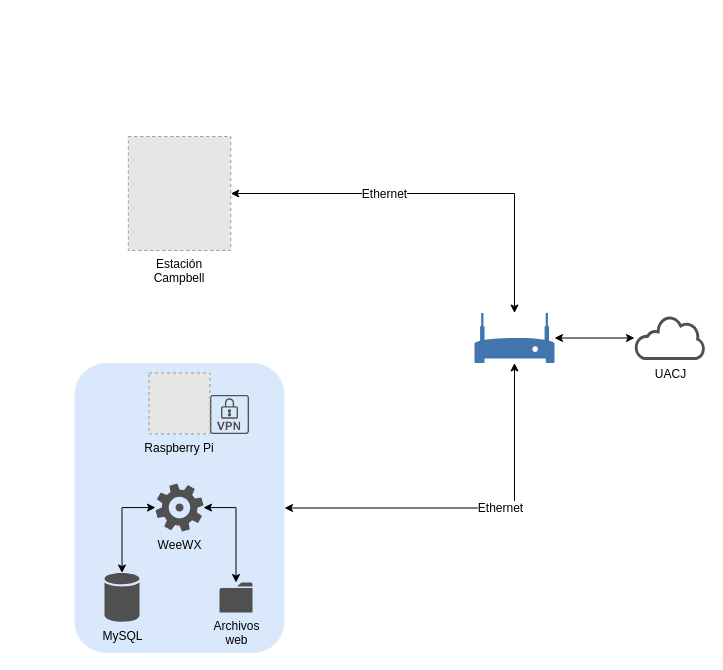
Above: page "Campbell_Rpi" (3 of 6) of resources/red.drawio in thblckjkr/tesis (draw.io), before the change. Source tidied: cells renumbered, new cells numbered last; positions are measured from the earlier drawing's top-left corner, leaving out a move shared by most shapes. Both pictures are drawn from the tidied source at 100%, with x=0, y=0 at pixel (74, 136). Pictures stored in the file or linked from it are replaced by grey dashed boxes.
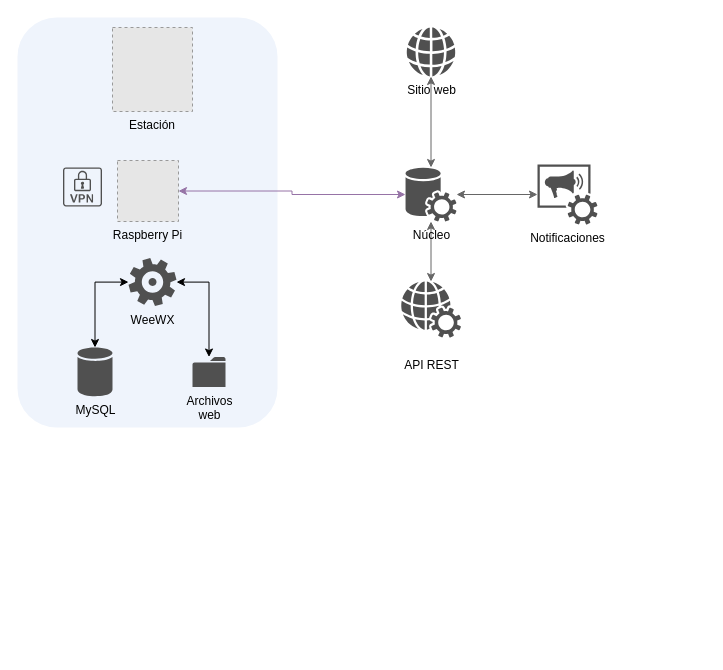
The same diagram, later.

What changed in the source:
```diff
@@
+    <mxCell id="5" style="rounded=1;whiteSpace=wrap;html=1;fontStyle=1;strokeColor=none;fillColor=#EFF4FC;" parent="1" vertex="1">
+      <mxGeometry x="-57" y="-119" width="260" height="410" as="geometry" />
+    </mxCell>
-    <mxCell id="2" value="Estación&#10;Campbell" style="fillColor=#E6E6E6;strokeColor=#999999;dashed=1;verticalLabelPosition=bottom;verticalAlign=top;" parent="1" vertex="1">
-      <mxGeometry x="53.8" width="102.5" height="114" as="geometry" />
+    <mxCell id="2" value="Estación" style="fillColor=#E6E6E6;strokeColor=#999999;dashed=1;verticalLabelPosition=bottom;verticalAlign=top;" parent="1" vertex="1">
+      <mxGeometry x="38" y="-109" width="80" height="84" as="geometry" />
     </mxCell>
-    <mxCell id="3" style="edgeStyle=orthogonalEdgeStyle;rounded=0;jettySize=auto;html=1;exitX=1;exitY=0.5;exitDx=0;exitDy=0;startArrow=classic;startFill=1;endArrow=classic;endFill=1;fontSize=12;" parent="1" edge="1" source="5" target="8">
-      <mxGeometry relative="1" as="geometry">
-        <Array as="points">
-          <mxPoint x="440" y="372" />
-        </Array>
-      </mxGeometry>
-    </mxCell>
-    <mxCell id="4" value="Ethernet" style="edgeLabel;html=1;align=center;verticalAlign=middle;fontSize=12;" parent="3" vertex="1">
-      <mxGeometry x="0.2" y="-4" relative="1" as="geometry">
-        <mxPoint x="-10" y="-4" as="offset" />
-      </mxGeometry>
-    </mxCell>
-    <mxCell id="5" style="rounded=1;whiteSpace=wrap;html=1;fontStyle=1;fillColor=#dae8fc;strokeColor=none;" parent="1" vertex="1">
-      <mxGeometry y="226.5" width="210" height="290" as="geometry" />
-    </mxCell>
     <mxCell id="6" style="shadow=0;dashed=0;html=1;strokeColor=none;labelPosition=center;verticalLabelPosition=bottom;verticalAlign=top;align=center;shape=mxgraph.vvd.vpn;fillColor=#505050;" parent="1" vertex="1">
-      <mxGeometry x="135.5" y="258.5" width="39" height="39" as="geometry" />
+      <mxGeometry x="-11.5" y="31" width="39" height="39" as="geometry" />
     </mxCell>
-    <mxCell id="7" style="edgeStyle=orthogonalEdgeStyle;rounded=0;jettySize=auto;html=1;startArrow=classic;startFill=1;endArrow=classic;endFill=1;fontSize=12;" parent="1" edge="1" source="8" target="13">
-      <mxGeometry relative="1" as="geometry" />
-    </mxCell>
-    <mxCell id="8" style="shadow=0;dashed=0;html=1;strokeColor=none;labelPosition=center;verticalLabelPosition=bottom;verticalAlign=top;outlineConnect=0;align=center;shape=mxgraph.office.devices.modem;fillColor=#4274AD;" parent="1" vertex="1">
-      <mxGeometry x="400" y="176.5" width="80" height="50" as="geometry" />
-    </mxCell>
+    <mxCell id="18" style="edgeStyle=orthogonalEdgeStyle;rounded=0;jettySize=auto;html=1;startArrow=classic;startFill=1;strokeColor=#9673a6;fillColor=#e1d5e7;" parent="1" edge="1" source="9" target="21">
+      <mxGeometry relative="1" as="geometry" />
+    </mxCell>
     <mxCell id="9" value="Raspberry Pi" style="fillColor=#E6E6E6;strokeColor=#999999;dashed=1;verticalLabelPosition=bottom;verticalAlign=top;" parent="1" vertex="1">
-      <mxGeometry x="74.5" y="236.5" width="61" height="61" as="geometry" />
+      <mxGeometry x="43" y="24" width="61" height="61" as="geometry" />
     </mxCell>
-    <mxCell id="10" style="edgeStyle=orthogonalEdgeStyle;rounded=0;jettySize=auto;html=1;exitX=1;exitY=0.5;exitDx=0;exitDy=0;startArrow=classic;startFill=1;endArrow=classic;endFill=1;" parent="1" edge="1" source="2" target="8">
-      <mxGeometry relative="1" as="geometry">
-        <Array as="points">
-          <mxPoint x="440" y="57" />
-        </Array>
-      </mxGeometry>
-    </mxCell>
-    <mxCell id="11" value="Ethernet" style="edgeLabel;html=1;align=center;verticalAlign=middle;fontSize=12;" parent="10" vertex="1">
-      <mxGeometry x="-0.35" y="-1" relative="1" as="geometry">
-        <mxPoint x="21.7" y="-1" as="offset" />
-      </mxGeometry>
-    </mxCell>
     <mxCell id="12" value="MySQL" style="shadow=0;dashed=0;html=1;strokeColor=none;fillColor=#505050;labelPosition=center;verticalLabelPosition=bottom;verticalAlign=top;outlineConnect=0;align=center;shape=mxgraph.office.databases.database;" parent="1" vertex="1">
-      <mxGeometry x="30" y="436.5" width="35" height="49" as="geometry" />
+      <mxGeometry x="3" y="211" width="35" height="49" as="geometry" />
     </mxCell>
-    <mxCell id="13" value="UACJ" style="shadow=0;dashed=0;html=1;strokeColor=none;fillColor=#505050;labelPosition=center;verticalLabelPosition=bottom;outlineConnect=0;verticalAlign=top;align=center;shape=mxgraph.office.clouds.cloud;" parent="1" vertex="1">
-      <mxGeometry x="560" y="179.5" width="71.5" height="44" as="geometry" />
-    </mxCell>
     <mxCell id="14" value="Archivos&lt;br&gt;web" style="shadow=0;dashed=0;html=1;strokeColor=none;fillColor=#505050;labelPosition=center;verticalLabelPosition=bottom;verticalAlign=top;outlineConnect=0;align=center;shape=mxgraph.office.concepts.folder;" parent="1" vertex="1">
-      <mxGeometry x="145" y="446" width="33" height="30" as="geometry" />
+      <mxGeometry x="118" y="220.5" width="33" height="30" as="geometry" />
     </mxCell>
@@
     <mxCell id="17" value="WeeWX" style="shadow=0;dashed=0;html=1;strokeColor=none;fillColor=#505050;labelPosition=center;verticalLabelPosition=bottom;verticalAlign=top;outlineConnect=0;align=center;shape=mxgraph.office.concepts.settings_office_365;fontSize=12;" parent="1" vertex="1">
-      <mxGeometry x="81" y="347.1" width="48" height="48" as="geometry" />
+      <mxGeometry x="54" y="121.6" width="48" height="48" as="geometry" />
     </mxCell>
+    <mxCell id="19" style="edgeStyle=orthogonalEdgeStyle;rounded=0;jettySize=auto;html=1;startArrow=classic;startFill=1;fillColor=#f5f5f5;strokeColor=#666666;" parent="1" edge="1" source="20" target="21">
+      <mxGeometry relative="1" as="geometry" />
+    </mxCell>
+    <mxCell id="20" value="&lt;br&gt;API REST" style="shadow=0;dashed=0;html=1;strokeColor=none;fillColor=#505050;labelPosition=center;verticalLabelPosition=bottom;verticalAlign=top;outlineConnect=0;align=center;shape=mxgraph.office.services.web_services;" parent="1" vertex="1">
+      <mxGeometry x="326.5" y="145" width="60" height="56" as="geometry" />
+    </mxCell>
+    <mxCell id="21" value="Núcleo" style="shadow=0;dashed=0;html=1;strokeColor=none;fillColor=#505050;labelPosition=center;verticalLabelPosition=bottom;verticalAlign=top;outlineConnect=0;align=center;shape=mxgraph.office.services.central_management_service;" parent="1" vertex="1">
+      <mxGeometry x="331" y="31" width="51" height="54" as="geometry" />
+    </mxCell>
+    <mxCell id="22" style="edgeStyle=orthogonalEdgeStyle;rounded=0;jettySize=auto;html=1;startArrow=classic;startFill=1;fillColor=#f5f5f5;strokeColor=#666666;" parent="1" edge="1" source="23" target="21">
+      <mxGeometry relative="1" as="geometry" />
+    </mxCell>
+    <mxCell id="23" value="Sitio web" style="shadow=0;dashed=0;html=1;strokeColor=none;fillColor=#505050;labelPosition=center;verticalLabelPosition=bottom;verticalAlign=top;outlineConnect=0;align=center;shape=mxgraph.office.concepts.globe_internet;" parent="1" vertex="1">
+      <mxGeometry x="332" y="-109" width="49" height="49" as="geometry" />
+    </mxCell>
+    <mxCell id="24" style="edgeStyle=orthogonalEdgeStyle;rounded=0;jettySize=auto;html=1;startArrow=classic;startFill=1;fillColor=#f5f5f5;strokeColor=#666666;" parent="1" edge="1" source="25" target="21">
+      <mxGeometry relative="1" as="geometry" />
+    </mxCell>
+    <mxCell id="25" value="Notificaciones" style="shadow=0;dashed=0;html=1;strokeColor=none;fillColor=#505050;labelPosition=center;verticalLabelPosition=bottom;verticalAlign=top;outlineConnect=0;align=center;shape=mxgraph.office.communications.conference_announcement_service;" parent="1" vertex="1">
+      <mxGeometry x="463" y="28" width="60" height="60" as="geometry" />
+    </mxCell>
```
